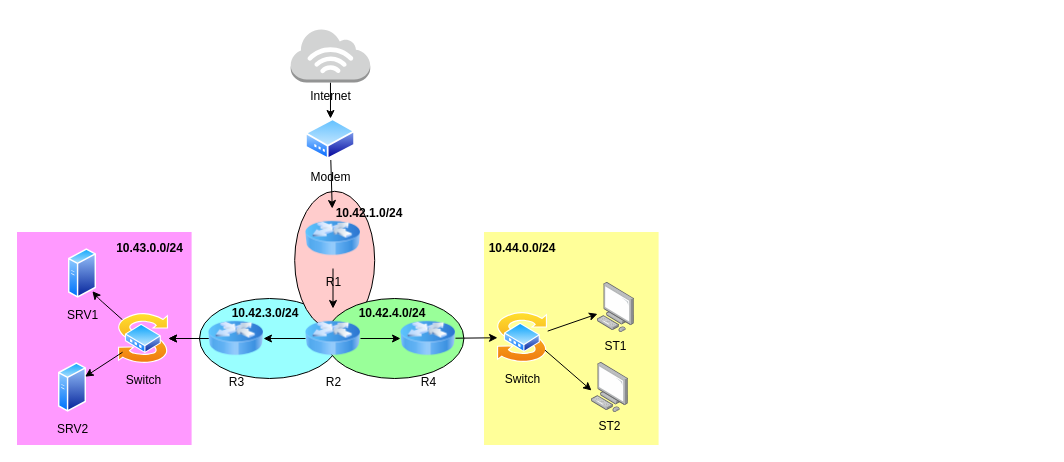
Above: TP3/tp3.drawio in haroun-ab/epsi-asrc-tp-reseaux (draw.io), before the change. Source tidied: cells renumbered, new cells numbered last; positions are measured from the earlier drawing's top-left corner, leaving out a move shared by most shapes. Both pictures are drawn from the tidied source at 100%, with x=0, y=0 at pixel (18, 28).
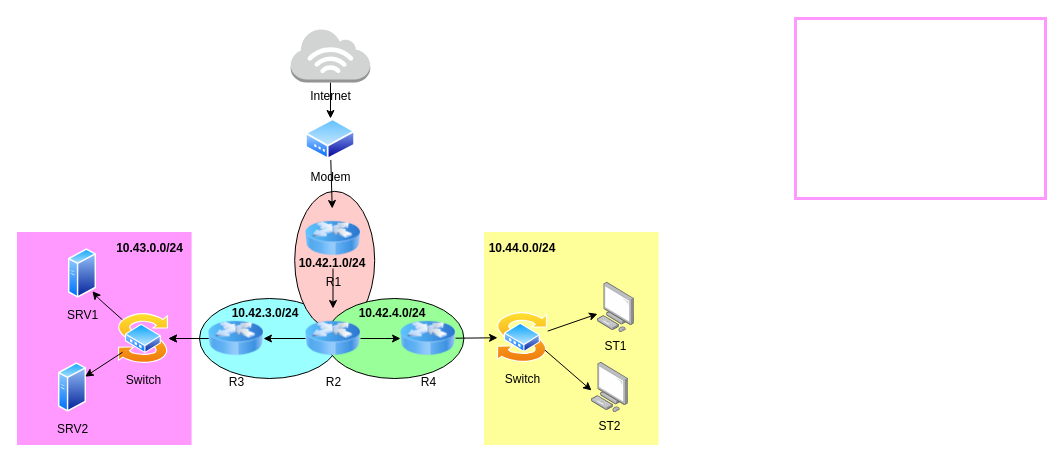
After the change.

The edit, as a diff of the source:
```diff
@@
+    <mxCell id="36" style="rounded=0;whiteSpace=wrap;html=1;labelBackgroundColor=none;strokeColor=#FF99FF;fontColor=#000000;fillColor=none;strokeWidth=3;" parent="1" vertex="1">
+      <mxGeometry x="777" y="-10" width="250" height="180" as="geometry" />
+    </mxCell>
@@
     <mxCell id="35" value="&lt;span&gt;10.42.1.0/24&lt;/span&gt;" style="text;html=1;strokeColor=none;fillColor=none;align=center;verticalAlign=middle;whiteSpace=wrap;rounded=0;labelBackgroundColor=none;strokeWidth=3;fontColor=#000000;fontStyle=1;" parent="1" vertex="1">
-      <mxGeometry x="321" y="170" width="60" height="30" as="geometry" />
+      <mxGeometry x="284" y="220" width="60" height="30" as="geometry" />
     </mxCell>
```
